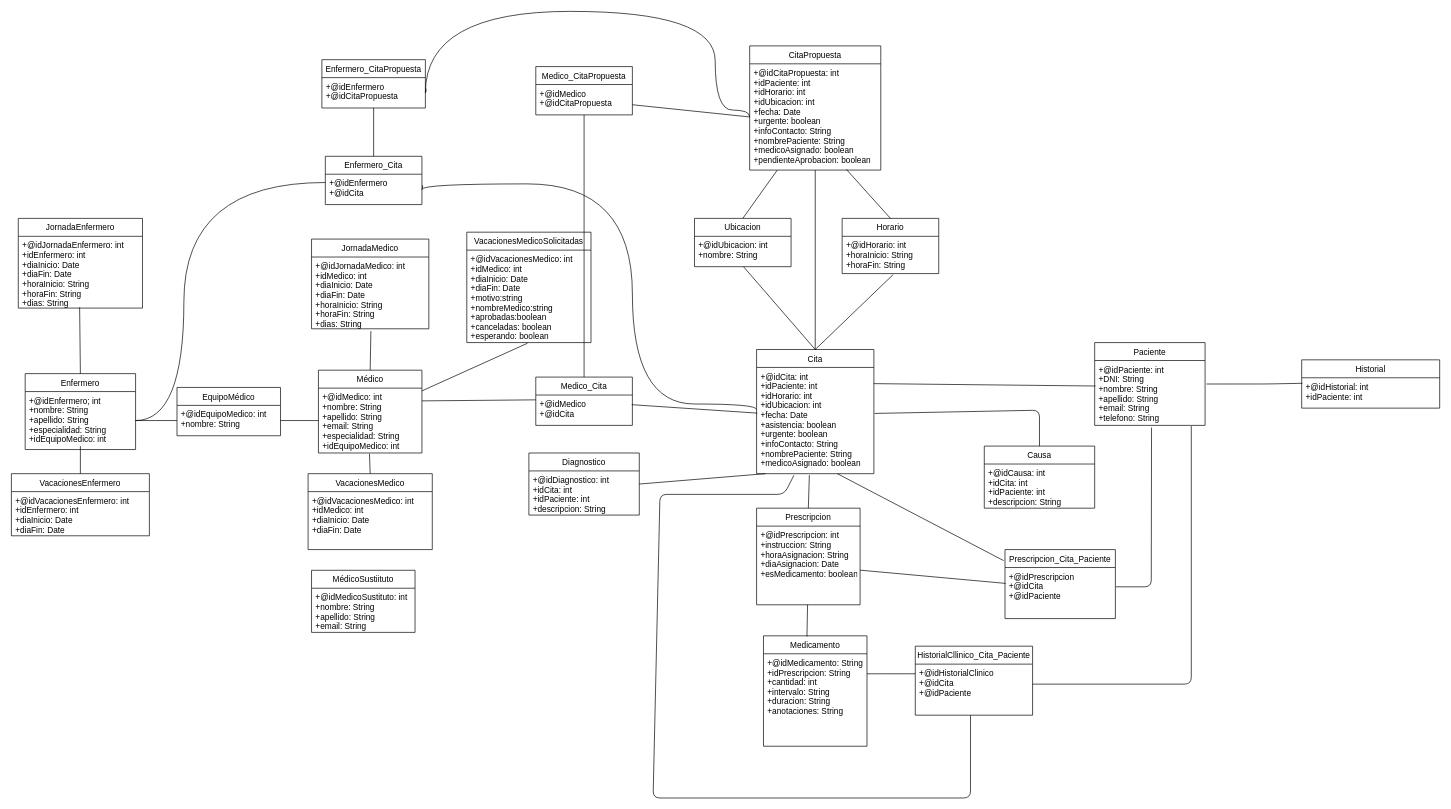
Earlier version of the draw.io diagram BBDD/diseño/DiagramaIPS.G IPS.drawio (nicomencia/IPS21_L33). Source tidied: cells renumbered, new cells numbered last; positions are measured from the earlier drawing's top-left corner, leaving out a move shared by most shapes. Both pictures are drawn from the tidied source at 69%, with x=0, y=0 at pixel (11, 11).
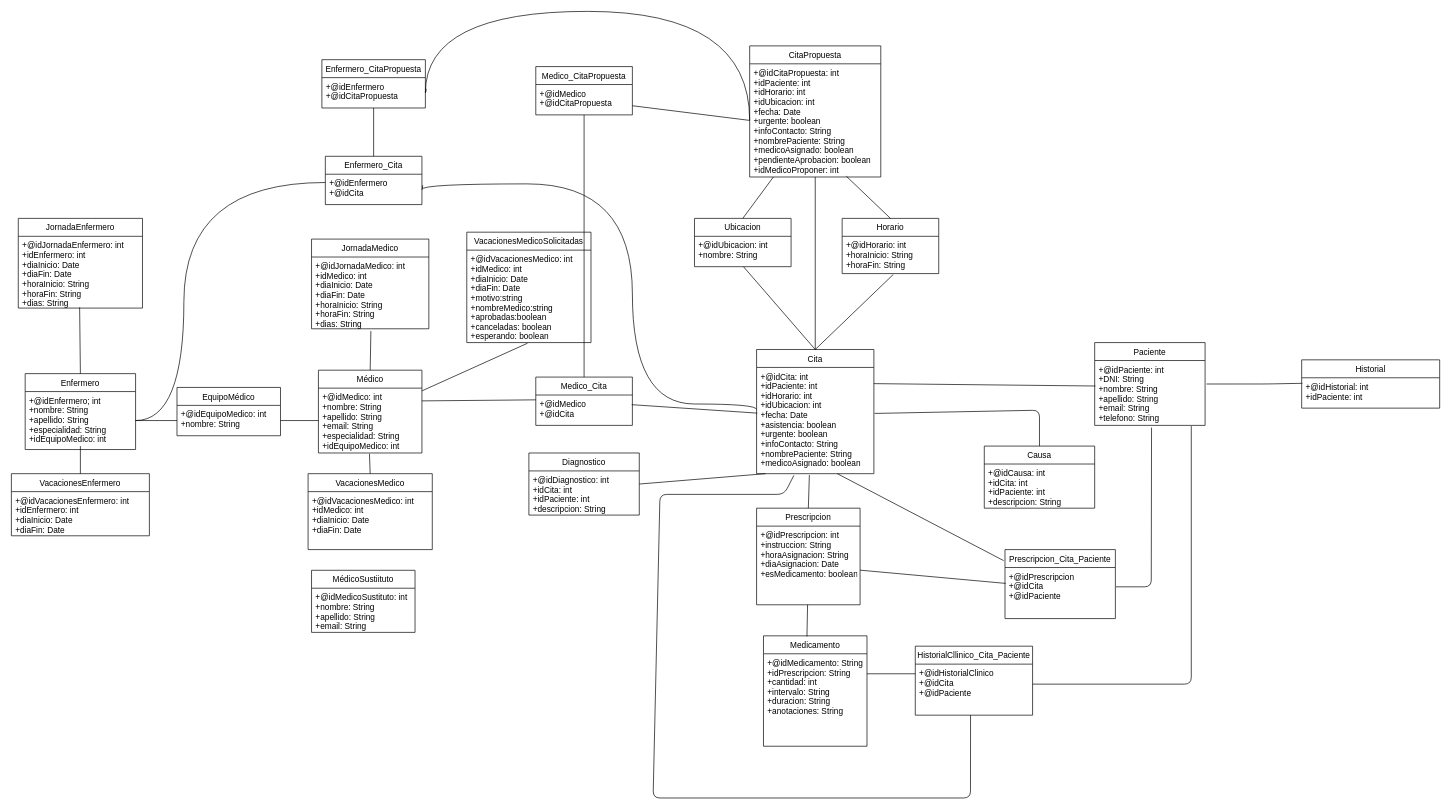
After the change.

Unchanged cells that the change refers to:
```xml
<mxCell id="79" value="+@idEnfermero&#10;+@idCitaPropuesta" style="text;strokeColor=none;fillColor=none;align=left;verticalAlign=top;spacingLeft=4;spacingRight=4;overflow=hidden;points=[[0,0.5],[1,0.5]];portConstraint=eastwest;" parent="78" vertex="1">
  <mxGeometry y="26" width="150" height="44" as="geometry" />
</mxCell>
```

Diff of the diagram source:
```diff
@@
     <mxCell id="71" value="CitaPropuesta" style="swimlane;fontStyle=0;horizontal=1;startSize=26;fillColor=none;" parent="1" vertex="1">
-      <mxGeometry x="1070" y="50" width="190" height="180" as="geometry" />
+      <mxGeometry x="1070" y="50" width="190" height="190" as="geometry" />
     </mxCell>
-    <mxCell id="72" value="+@idCitaPropuesta: int&#10;+idPaciente: int&#10;+idHorario: int&#10;+idUbicacion: int&#10;+fecha: Date&#10;+urgente: boolean&#10;+infoContacto: String&#10;+nombrePaciente: String&#10;+medicoAsignado: boolean&#10;+pendienteAprobacion: boolean" style="text;strokeColor=none;fillColor=none;align=left;verticalAlign=top;spacingLeft=4;spacingRight=4;overflow=hidden;points=[[0,0.5],[1,0.5]];portConstraint=eastwest;" parent="71" vertex="1">
-      <mxGeometry y="26" width="190" height="154" as="geometry" />
+    <mxCell id="72" value="+@idCitaPropuesta: int&#10;+idPaciente: int&#10;+idHorario: int&#10;+idUbicacion: int&#10;+fecha: Date&#10;+urgente: boolean&#10;+infoContacto: String&#10;+nombrePaciente: String&#10;+medicoAsignado: boolean&#10;+pendienteAprobacion: boolean&#10;+idMedicoProponer: int" style="text;strokeColor=none;fillColor=none;align=left;verticalAlign=top;spacingLeft=4;spacingRight=4;overflow=hidden;points=[[0,0.5],[1,0.5]];portConstraint=eastwest;" parent="71" vertex="1">
+      <mxGeometry y="26" width="190" height="164" as="geometry" />
     </mxCell>
@@
     <mxCell id="82" style="edgeStyle=orthogonalEdgeStyle;curved=1;rounded=0;jettySize=auto;html=1;exitX=1;exitY=0.5;exitDx=0;exitDy=0;endArrow=none;endFill=0;entryX=0;entryY=0.5;entryDx=0;entryDy=0;" parent="1" edge="1" source="79" target="72">
       <mxGeometry relative="1" as="geometry">
         <Array as="points">
           <mxPoint x="600" />
-          <mxPoint x="1020" />
-          <mxPoint x="1020" y="143" />
+          <mxPoint x="1070" />
         </Array>
       </mxGeometry>
     </mxCell>
```
